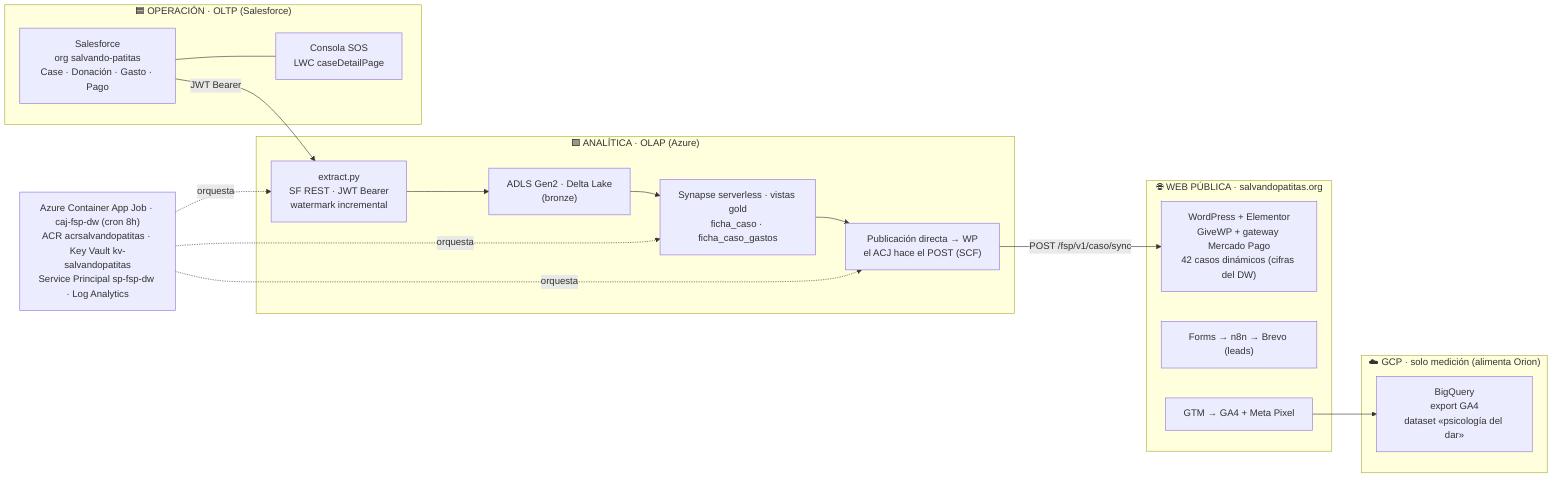
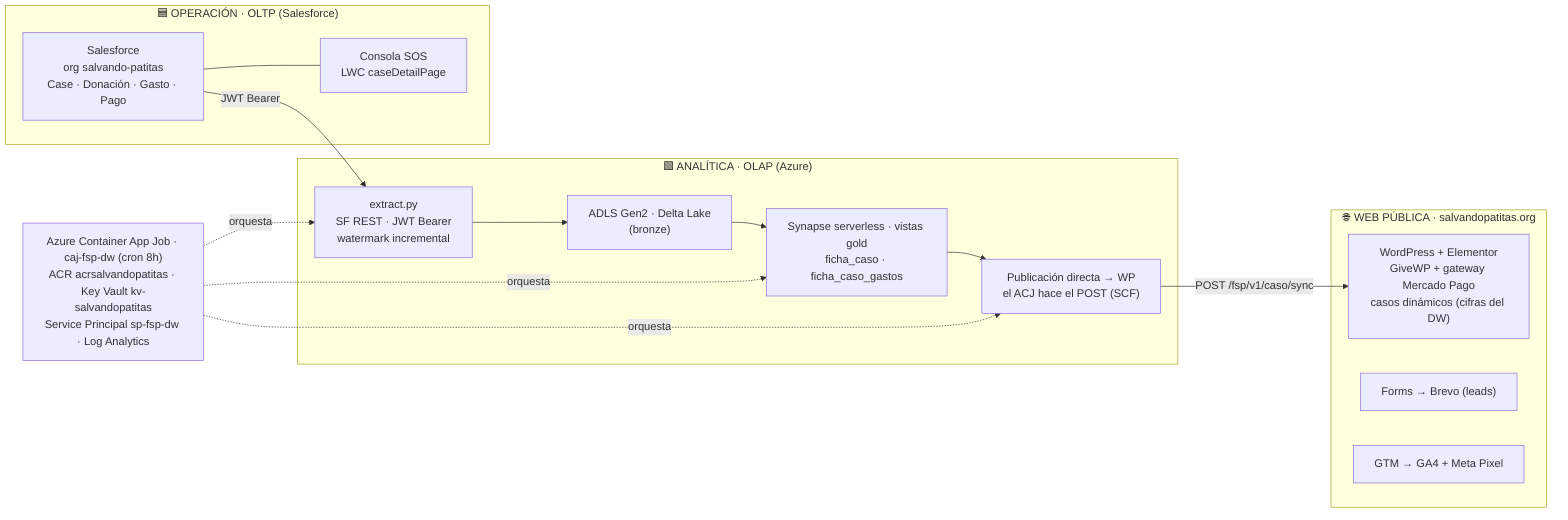
%% =====================================================================
%% A3.0 · Arquitectura Tecnológica — Vista Panorámica Modular
%% Familia A (Arquitectura técnica) · Atlas de Sistema · Salvando Patitas
%% Equivalente C4 "Container Diagram" en notación flowchart.
%% -----------------------------------------------------------------
- %% PIVOTE 100% AZURE (jun 2026): el Data Warehouse analítico corre en
- %% Azure (Delta Lake + Synapse serverless). BigQuery YA NO es el DW;
- %% solo sobrevive como destino del export GA4 para medición/Orion.
- %% Fuente de verdad: Confluence SOSV2 pág 26411010 + 28704770.
+ %% 100% AZURE (jun 2026): el Data Warehouse analítico corre en Azure
+ %% (Delta Lake + Synapse serverless). Transformación por SQL directo
+ %% serverless-safe (dbt descartado). Publicación directa a WordPress
+ %% (el ACJ hace el POST). Fuente de verdad: Confluence SOSV2 pág 31064066 (SSoT).
%% =====================================================================
flowchart LR

    %% --- OPERACIÓN: sistema transaccional (OLTP) -------------------
    subgraph OLTP["🟦 OPERACIÓN · OLTP (Salesforce)"]
        SF["Salesforce<br/>org salvando-patitas<br/>Case · Donación · Gasto · Pago"]
        CONSOLA["Consola SOS<br/>LWC caseDetailPage"]
        SF --- CONSOLA
    end

    %% --- ANALÍTICA: Data Warehouse en Azure (OLAP) -----------------
    subgraph OLAP["🟩 ANALÍTICA · OLAP (Azure)"]
        EXTRACT["extract.py<br/>SF REST · JWT Bearer<br/>watermark incremental"]
        BRONZE["ADLS Gen2 · Delta Lake<br/>(bronze)"]
        GOLD["Synapse serverless · vistas gold<br/>ficha_caso · ficha_caso_gastos"]
        PUBLISH["Publicación directa → WP<br/>el ACJ hace el POST (SCF)"]
        EXTRACT --> BRONZE --> GOLD --> PUBLISH
    end

    %% --- WEB PÚBLICA: vitrina pasiva -------------------------------
    subgraph WEB["🌐 WEB PÚBLICA · salvandopatitas.org"]
-         WP["WordPress + Elementor<br/>GiveWP + gateway Mercado Pago<br/>42 casos dinámicos (cifras del DW)"]
-         LEADS["Forms → n8n → Brevo (leads)"]
+         WP["WordPress + Elementor<br/>GiveWP + gateway Mercado Pago<br/>casos dinámicos (cifras del DW)"]
+         LEADS["Forms → Brevo (leads)"]
        MEDICION["GTM → GA4 + Meta Pixel"]
-     end
- 
-     %% --- GCP: SOLO medición (no es el DW) --------------------------
-     subgraph GCP["☁️ GCP · solo medición (alimenta Orion)"]
-         BQ["BigQuery<br/>export GA4<br/>dataset «psicología del dar»"]
    end

    %% --- Flujos entre containers -----------------------------------
    SF -- "JWT Bearer" --> EXTRACT
    PUBLISH -- "POST /fsp/v1/caso/sync" --> WP
-     MEDICION --> BQ

    %% --- Orquestación serverless -----------------------------------
    JOB["Azure Container App Job · caj-fsp-dw (cron 8h)<br/>ACR acrsalvandopatitas · Key Vault kv-salvandopatitas<br/>Service Principal sp-fsp-dw · Log Analytics"]
    JOB -. orquesta .-> EXTRACT
    JOB -. orquesta .-> GOLD
    JOB -. orquesta .-> PUBLISH
